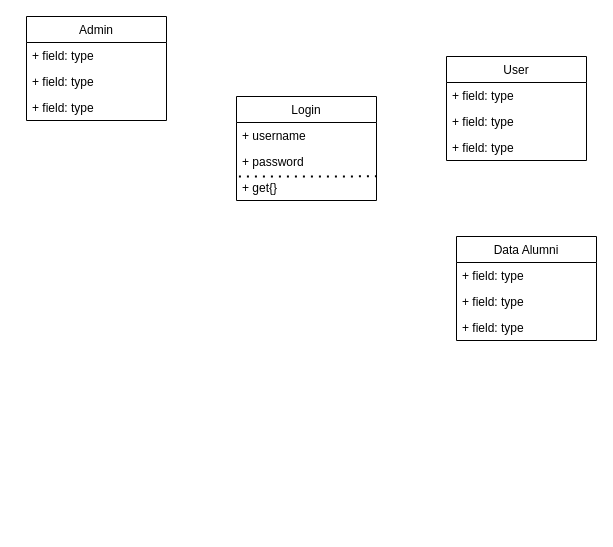
Earlier version of the draw.io diagram class diagram alumni.drawio (ratihpn99/tokoonline). Source tidied: cells renumbered, new cells numbered last; positions are measured from the earlier drawing's top-left corner, leaving out a move shared by most shapes. Both pictures are drawn from the tidied source at 100%, with x=0, y=0 at pixel (26, 16).
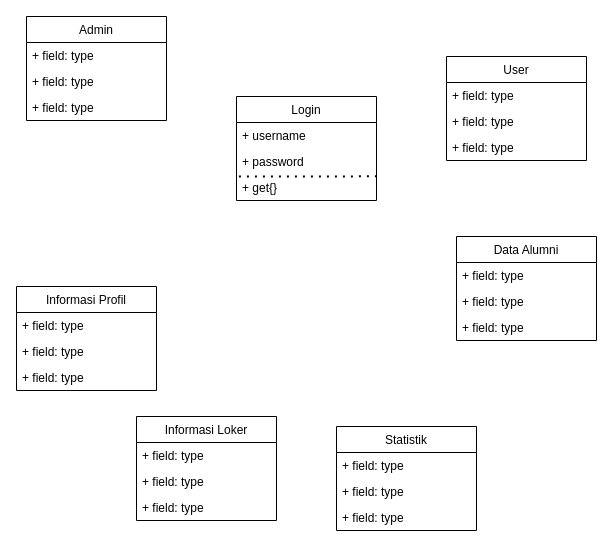
After the change.

Change to the diagram source:
```diff
@@
+    <mxCell id="19" value="Statistik" style="swimlane;fontStyle=0;horizontal=1;startSize=26;fillColor=none;" parent="1" vertex="1">
+      <mxGeometry x="310" y="410" width="140" height="104" as="geometry" />
+    </mxCell>
+    <mxCell id="20" value="+ field: type" style="text;strokeColor=none;fillColor=none;align=left;verticalAlign=top;spacingLeft=4;spacingRight=4;overflow=hidden;" parent="19" vertex="1">
+      <mxGeometry y="26" width="140" height="26" as="geometry" />
+    </mxCell>
+    <mxCell id="21" value="+ field: type" style="text;strokeColor=none;fillColor=none;align=left;verticalAlign=top;spacingLeft=4;spacingRight=4;overflow=hidden;" parent="19" vertex="1">
+      <mxGeometry y="52" width="140" height="26" as="geometry" />
+    </mxCell>
+    <mxCell id="22" value="+ field: type" style="text;strokeColor=none;fillColor=none;align=left;verticalAlign=top;spacingLeft=4;spacingRight=4;overflow=hidden;" parent="19" vertex="1">
+      <mxGeometry y="78" width="140" height="26" as="geometry" />
+    </mxCell>
+    <mxCell id="23" value="Informasi Loker" style="swimlane;fontStyle=0;horizontal=1;startSize=26;fillColor=none;" parent="1" vertex="1">
+      <mxGeometry x="110" y="400" width="140" height="104" as="geometry" />
+    </mxCell>
+    <mxCell id="24" value="+ field: type" style="text;strokeColor=none;fillColor=none;align=left;verticalAlign=top;spacingLeft=4;spacingRight=4;overflow=hidden;" parent="23" vertex="1">
+      <mxGeometry y="26" width="140" height="26" as="geometry" />
+    </mxCell>
+    <mxCell id="25" value="+ field: type" style="text;strokeColor=none;fillColor=none;align=left;verticalAlign=top;spacingLeft=4;spacingRight=4;overflow=hidden;" parent="23" vertex="1">
+      <mxGeometry y="52" width="140" height="26" as="geometry" />
+    </mxCell>
+    <mxCell id="26" value="+ field: type" style="text;strokeColor=none;fillColor=none;align=left;verticalAlign=top;spacingLeft=4;spacingRight=4;overflow=hidden;" parent="23" vertex="1">
+      <mxGeometry y="78" width="140" height="26" as="geometry" />
+    </mxCell>
+    <mxCell id="27" value="Informasi Profil" style="swimlane;fontStyle=0;horizontal=1;startSize=26;fillColor=none;" parent="1" vertex="1">
+      <mxGeometry x="-10" y="270" width="140" height="104" as="geometry" />
+    </mxCell>
+    <mxCell id="28" value="+ field: type" style="text;strokeColor=none;fillColor=none;align=left;verticalAlign=top;spacingLeft=4;spacingRight=4;overflow=hidden;" parent="27" vertex="1">
+      <mxGeometry y="26" width="140" height="26" as="geometry" />
+    </mxCell>
+    <mxCell id="29" value="+ field: type" style="text;strokeColor=none;fillColor=none;align=left;verticalAlign=top;spacingLeft=4;spacingRight=4;overflow=hidden;" parent="27" vertex="1">
+      <mxGeometry y="52" width="140" height="26" as="geometry" />
+    </mxCell>
+    <mxCell id="30" value="+ field: type" style="text;strokeColor=none;fillColor=none;align=left;verticalAlign=top;spacingLeft=4;spacingRight=4;overflow=hidden;" parent="27" vertex="1">
+      <mxGeometry y="78" width="140" height="26" as="geometry" />
+    </mxCell>
```
